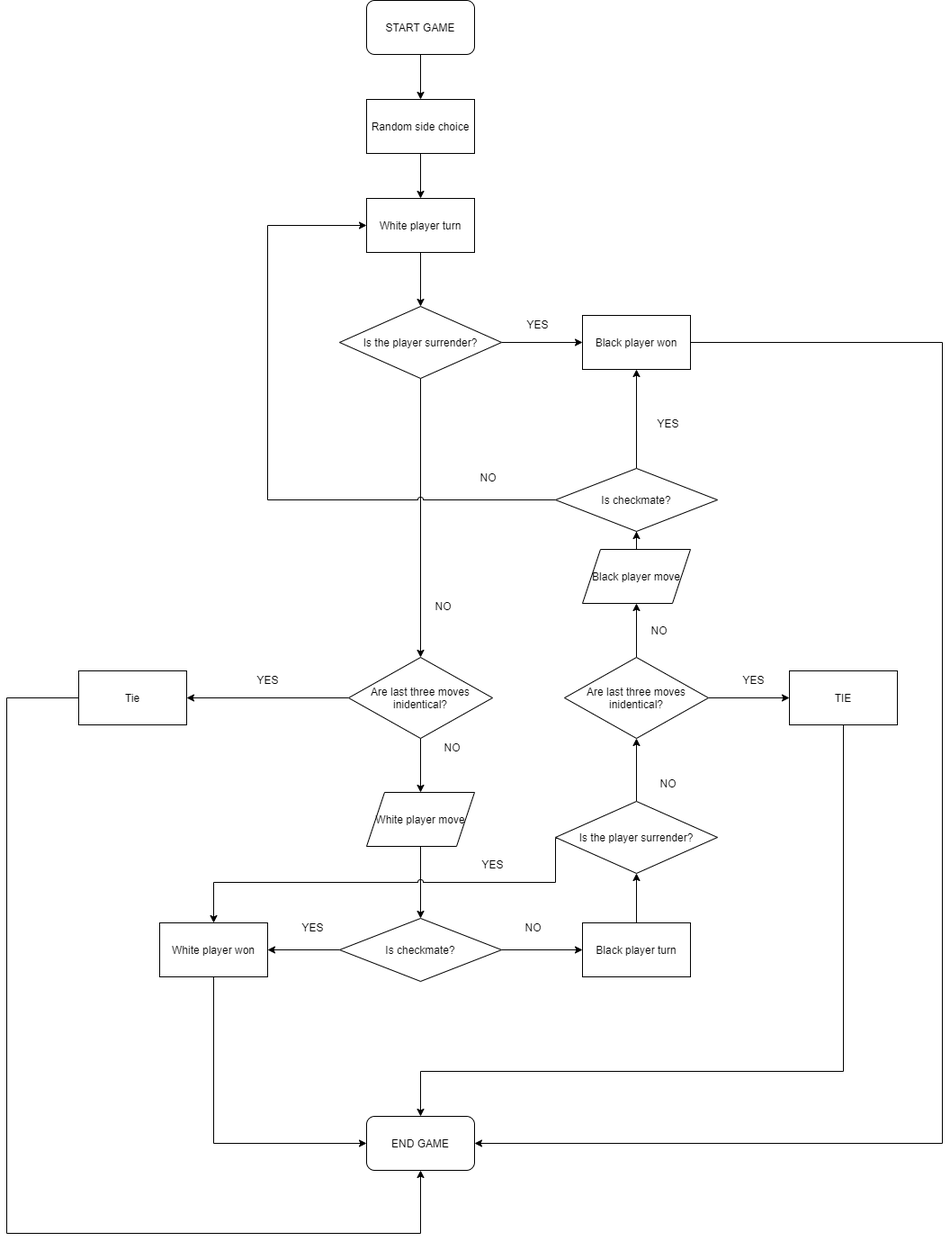
The draw.io diagram chess_flowchart.png in Szymon-Skazinski/CHARTS, before a commit. Source tidied: cells renumbered, new cells last; positions are measured from the earlier drawing's top-left corner, leaving out a move shared by most shapes.
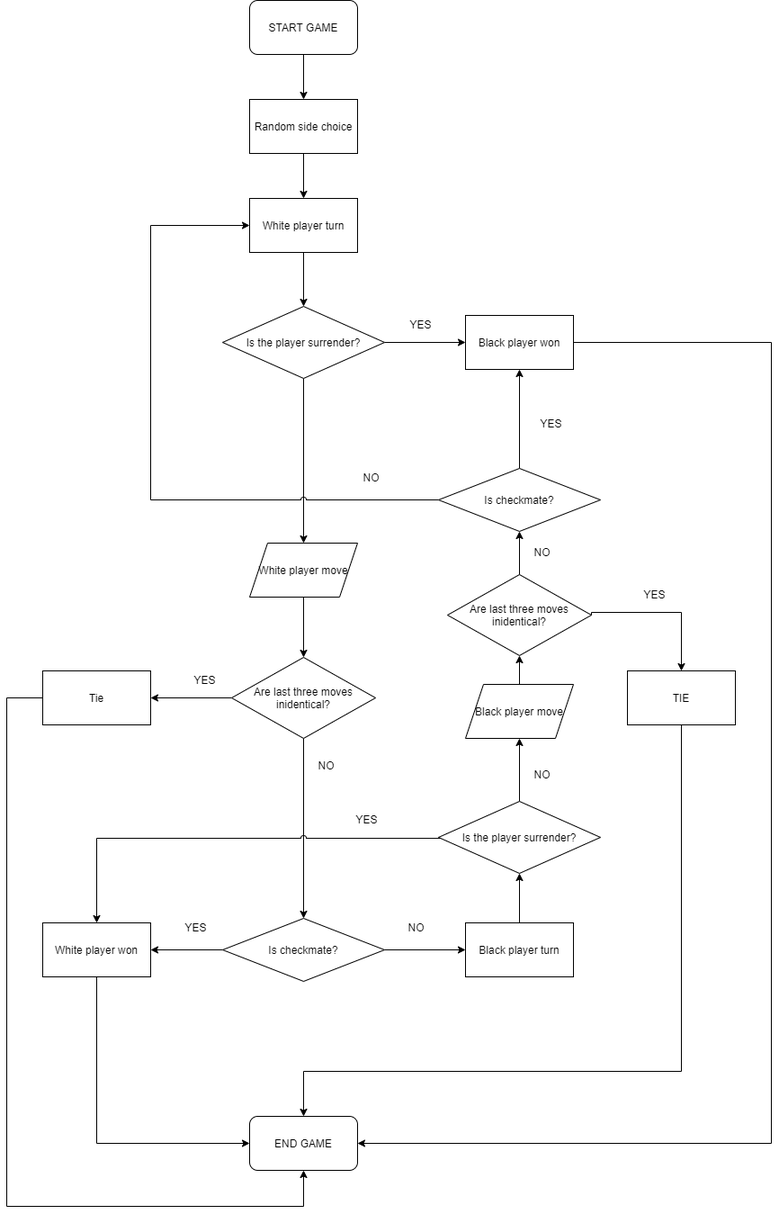
After the commit.

The edit, as a diff of the source:
```diff
@@ -17,18 +17,12 @@
     <mxCell id="6" value="White player turn" style="rounded=0;whiteSpace=wrap;html=1;" parent="1" vertex="1">
       <mxGeometry x="400" y="220" width="120" height="60" as="geometry" />
     </mxCell>
-    <mxCell id="7" style="edgeStyle=orthogonalEdgeStyle;rounded=0;sketch=0;jumpStyle=arc;jettySize=auto;html=1;" parent="1" edge="1" source="8" target="16">
+    <mxCell id="7" style="edgeStyle=orthogonalEdgeStyle;rounded=0;sketch=0;jumpStyle=arc;jettySize=auto;html=1;exitX=0.5;exitY=1;exitDx=0;exitDy=0;" parent="1" edge="1" source="12" target="16">
       <mxGeometry relative="1" as="geometry" />
     </mxCell>
-    <mxCell id="8" value="White player move" style="shape=parallelogram;perimeter=parallelogramPerimeter;whiteSpace=wrap;html=1;fixedSize=1;rounded=0;" parent="1" vertex="1">
-      <mxGeometry x="400" y="880" width="120" height="60" as="geometry" />
-    </mxCell>
     <mxCell id="9" value="END GAME" style="whiteSpace=wrap;html=1;rounded=1;" parent="1" vertex="1">
       <mxGeometry x="400" y="1240" width="120" height="60" as="geometry" />
     </mxCell>
-    <mxCell id="10" style="edgeStyle=orthogonalEdgeStyle;rounded=0;sketch=0;jumpStyle=arc;jettySize=auto;html=1;snapToPoint=0;" parent="1" edge="1" source="12" target="8">
-      <mxGeometry relative="1" as="geometry" />
-    </mxCell>
     <mxCell id="11" style="edgeStyle=orthogonalEdgeStyle;rounded=0;sketch=0;jumpStyle=arc;jettySize=auto;html=1;" parent="1" edge="1" source="12" target="26">
       <mxGeometry relative="1" as="geometry" />
     </mxCell>
@@ -36,7 +30,7 @@
       <mxGeometry x="380" y="730" width="160" height="90" as="geometry" />
     </mxCell>
     <mxCell id="13" value="NO" style="text;html=1;align=center;verticalAlign=middle;" parent="1" vertex="1">
-      <mxGeometry x="480" y="820" width="30" height="20" as="geometry" />
+      <mxGeometry x="470" y="840" width="30" height="20" as="geometry" />
     </mxCell>
     <mxCell id="14" style="edgeStyle=orthogonalEdgeStyle;rounded=0;sketch=0;jumpStyle=arc;jettySize=auto;html=1;exitX=0;exitY=0.5;exitDx=0;exitDy=0;" parent="1" edge="1" source="16" target="29">
       <mxGeometry relative="1" as="geometry" />
@@ -47,26 +41,23 @@
     <mxCell id="16" value="Is checkmate?" style="rhombus;whiteSpace=wrap;html=1;rounded=0;" parent="1" vertex="1">
       <mxGeometry x="370" y="1020" width="180" height="70" as="geometry" />
     </mxCell>
-    <mxCell id="17" value="NO" style="text;html=1;align=center;verticalAlign=middle;" parent="1" vertex="1">
-      <mxGeometry x="470" y="663" width="30" height="20" as="geometry" />
-    </mxCell>
     <mxCell id="18" style="edgeStyle=orthogonalEdgeStyle;rounded=0;sketch=0;jumpStyle=arc;jettySize=auto;html=1;entryX=1;entryY=0.5;entryDx=0;entryDy=0;" parent="1" edge="1" source="19" target="9">
       <mxGeometry relative="1" as="geometry">
         <Array as="points">
-          <mxPoint x="1040" y="380" />
-          <mxPoint x="1040" y="1270" />
+          <mxPoint x="980" y="380" />
+          <mxPoint x="980" y="1270" />
         </Array>
       </mxGeometry>
     </mxCell>
     <mxCell id="19" value="Black player won" style="whiteSpace=wrap;html=1;rounded=0;" parent="1" vertex="1">
       <mxGeometry x="640" y="350" width="120" height="60" as="geometry" />
     </mxCell>
-    <mxCell id="20" style="edgeStyle=orthogonalEdgeStyle;rounded=0;sketch=0;jumpStyle=arc;jettySize=auto;html=1;" parent="1" edge="1" source="22" target="12">
-      <mxGeometry relative="1" as="geometry" />
-    </mxCell>
     <mxCell id="21" style="edgeStyle=orthogonalEdgeStyle;rounded=0;sketch=0;jumpStyle=arc;jettySize=auto;html=1;entryX=0;entryY=0.5;entryDx=0;entryDy=0;" parent="1" edge="1" source="22" target="19">
       <mxGeometry relative="1" as="geometry" />
     </mxCell>
+    <mxCell id="53" style="edgeStyle=orthogonalEdgeStyle;rounded=0;sketch=0;jumpStyle=arc;jettySize=auto;html=1;" parent="1" edge="1" source="22" target="8">
+      <mxGeometry relative="1" as="geometry" />
+    </mxCell>
     <mxCell id="22" value="Is the player surrender?" style="rhombus;whiteSpace=wrap;html=1;rounded=0;" parent="1" vertex="1">
       <mxGeometry x="370" y="340" width="180" height="80" as="geometry" />
     </mxCell>
@@ -80,17 +71,17 @@
       <mxGeometry relative="1" as="geometry">
         <mxPoint x="460" y="1300" as="targetPoint" />
         <Array as="points">
-          <mxPoint y="775" />
-          <mxPoint y="1370" />
-          <mxPoint x="460" y="1370" />
+          <mxPoint x="130" y="775" />
+          <mxPoint x="130" y="1340" />
+          <mxPoint x="460" y="1340" />
         </Array>
       </mxGeometry>
     </mxCell>
     <mxCell id="26" value="Tie" style="whiteSpace=wrap;html=1;rounded=0;" parent="1" vertex="1">
-      <mxGeometry x="80" y="745" width="120" height="60" as="geometry" />
+      <mxGeometry x="170" y="745" width="120" height="60" as="geometry" />
     </mxCell>
     <mxCell id="27" value="YES" style="text;html=1;align=center;verticalAlign=middle;" parent="1" vertex="1">
-      <mxGeometry x="270" y="745" width="40" height="20" as="geometry" />
+      <mxGeometry x="330" y="745" width="40" height="20" as="geometry" />
     </mxCell>
     <mxCell id="28" style="edgeStyle=orthogonalEdgeStyle;rounded=0;sketch=0;jumpStyle=arc;jettySize=auto;html=1;entryX=0;entryY=0.5;entryDx=0;entryDy=0;" parent="1" edge="1" source="29" target="9">
       <mxGeometry relative="1" as="geometry">
@@ -117,55 +108,51 @@
     <mxCell id="34" style="edgeStyle=orthogonalEdgeStyle;rounded=0;sketch=0;jumpStyle=arc;jettySize=auto;html=1;exitX=0.031;exitY=0.513;exitDx=0;exitDy=0;exitPerimeter=0;" parent="1" edge="1" source="36" target="29">
       <mxGeometry relative="1" as="geometry">
         <Array as="points">
-          <mxPoint x="610" y="931" />
-          <mxPoint x="610" y="980" />
-          <mxPoint x="230" y="980" />
+          <mxPoint x="230" y="931" />
         </Array>
       </mxGeometry>
     </mxCell>
-    <mxCell id="35" style="edgeStyle=orthogonalEdgeStyle;rounded=0;sketch=0;jumpStyle=arc;jettySize=auto;html=1;" parent="1" edge="1" source="36" target="40">
-      <mxGeometry relative="1" as="geometry" />
+    <mxCell id="35" style="edgeStyle=orthogonalEdgeStyle;rounded=0;sketch=0;jumpStyle=arc;jettySize=auto;html=1;" parent="1" edge="1" source="36">
+      <mxGeometry relative="1" as="geometry">
+        <mxPoint x="700" y="820" as="targetPoint" />
+      </mxGeometry>
     </mxCell>
     <mxCell id="36" value="Is the player surrender?" style="rhombus;whiteSpace=wrap;html=1;rounded=0;" parent="1" vertex="1">
       <mxGeometry x="610" y="890" width="180" height="80" as="geometry" />
     </mxCell>
     <mxCell id="37" value="NO" style="text;html=1;align=center;verticalAlign=middle;" parent="1" vertex="1">
-      <mxGeometry x="720" y="860" width="30" height="20" as="geometry" />
+      <mxGeometry x="710" y="850" width="30" height="20" as="geometry" />
     </mxCell>
-    <mxCell id="38" style="edgeStyle=orthogonalEdgeStyle;rounded=0;sketch=0;jumpStyle=arc;jettySize=auto;html=1;" parent="1" edge="1" source="40" target="42">
-      <mxGeometry relative="1" as="geometry" />
-    </mxCell>
-    <mxCell id="39" style="edgeStyle=orthogonalEdgeStyle;rounded=0;sketch=0;jumpStyle=arc;jettySize=auto;html=1;" parent="1" edge="1" source="40" target="45">
-      <mxGeometry relative="1" as="geometry" />
+    <mxCell id="39" style="edgeStyle=orthogonalEdgeStyle;rounded=0;sketch=0;jumpStyle=arc;jettySize=auto;html=1;exitX=1;exitY=0.5;exitDx=0;exitDy=0;entryX=0.5;entryY=0;entryDx=0;entryDy=0;" parent="1" edge="1" source="40" target="45">
+      <mxGeometry relative="1" as="geometry">
+        <Array as="points">
+          <mxPoint x="780" y="680" />
+          <mxPoint x="880" y="680" />
+        </Array>
+      </mxGeometry>
     </mxCell>
-    <mxCell id="40" value="Are last three moves inidentical?" style="rhombus;whiteSpace=wrap;html=1;rounded=0;" parent="1" vertex="1">
-      <mxGeometry x="620" y="730" width="160" height="90" as="geometry" />
-    </mxCell>
-    <mxCell id="41" style="edgeStyle=orthogonalEdgeStyle;rounded=0;sketch=0;jumpStyle=arc;jettySize=auto;html=1;" parent="1" edge="1" source="42" target="50">
-      <mxGeometry relative="1" as="geometry" />
-    </mxCell>
+    <mxCell id="54" style="edgeStyle=orthogonalEdgeStyle;rounded=0;sketch=0;jumpStyle=arc;jettySize=auto;html=1;" parent="1" edge="1" source="42" target="40">
+      <mxGeometry relative="1" as="geometry" />
+    </mxCell>
     <mxCell id="42" value="Black player move" style="shape=parallelogram;perimeter=parallelogramPerimeter;whiteSpace=wrap;html=1;fixedSize=1;rounded=0;" parent="1" vertex="1">
-      <mxGeometry x="640" y="610" width="120" height="60" as="geometry" />
+      <mxGeometry x="640" y="760" width="120" height="60" as="geometry" />
     </mxCell>
-    <mxCell id="43" value="NO" style="text;html=1;align=center;verticalAlign=middle;" parent="1" vertex="1">
-      <mxGeometry x="710" y="690" width="30" height="20" as="geometry" />
-    </mxCell>
-    <mxCell id="44" style="edgeStyle=orthogonalEdgeStyle;rounded=0;sketch=0;jumpStyle=arc;jettySize=auto;html=1;" parent="1" edge="1" source="45" target="9">
+    <mxCell id="44" style="edgeStyle=orthogonalEdgeStyle;rounded=0;sketch=0;jumpStyle=arc;jettySize=auto;html=1;exitX=0.5;exitY=1;exitDx=0;exitDy=0;" parent="1" edge="1" source="45" target="9">
       <mxGeometry relative="1" as="geometry">
         <Array as="points">
-          <mxPoint x="930" y="1190" />
+          <mxPoint x="880" y="1190" />
           <mxPoint x="460" y="1190" />
         </Array>
       </mxGeometry>
     </mxCell>
     <mxCell id="45" value="TIE" style="whiteSpace=wrap;html=1;rounded=0;" parent="1" vertex="1">
-      <mxGeometry x="870" y="745" width="120" height="60" as="geometry" />
+      <mxGeometry x="820" y="745" width="120" height="60" as="geometry" />
     </mxCell>
     <mxCell id="46" value="YES" style="text;html=1;align=center;verticalAlign=middle;" parent="1" vertex="1">
-      <mxGeometry x="810" y="745" width="40" height="20" as="geometry" />
+      <mxGeometry x="830" y="650" width="40" height="20" as="geometry" />
     </mxCell>
     <mxCell id="47" value="YES" style="text;html=1;align=center;verticalAlign=middle;" parent="1" vertex="1">
-      <mxGeometry x="520" y="950" width="40" height="20" as="geometry" />
+      <mxGeometry x="510" y="900" width="40" height="20" as="geometry" />
     </mxCell>
     <mxCell id="48" style="edgeStyle=orthogonalEdgeStyle;rounded=0;sketch=0;jumpStyle=arc;jettySize=auto;html=1;" parent="1" edge="1" source="50" target="19">
       <mxGeometry relative="1" as="geometry" />
@@ -187,5 +174,20 @@
     <mxCell id="52" value="NO" style="text;html=1;align=center;verticalAlign=middle;" parent="1" vertex="1">
       <mxGeometry x="520" y="520" width="30" height="20" as="geometry" />
     </mxCell>
+    <mxCell id="55" style="edgeStyle=orthogonalEdgeStyle;rounded=0;sketch=0;jumpStyle=arc;jettySize=auto;html=1;" parent="1" edge="1" source="8" target="12">
+      <mxGeometry relative="1" as="geometry" />
+    </mxCell>
+    <mxCell id="8" value="White player move" style="shape=parallelogram;perimeter=parallelogramPerimeter;whiteSpace=wrap;html=1;fixedSize=1;rounded=0;" parent="1" vertex="1">
+      <mxGeometry x="400" y="603" width="120" height="60" as="geometry" />
+    </mxCell>
+    <mxCell id="56" style="edgeStyle=orthogonalEdgeStyle;rounded=0;sketch=0;jumpStyle=arc;jettySize=auto;html=1;" parent="1" edge="1" source="40" target="50">
+      <mxGeometry relative="1" as="geometry" />
+    </mxCell>
+    <mxCell id="40" value="Are last three moves inidentical?" style="rhombus;whiteSpace=wrap;html=1;rounded=0;" parent="1" vertex="1">
+      <mxGeometry x="620" y="638" width="160" height="90" as="geometry" />
+    </mxCell>
+    <mxCell id="57" value="NO" style="text;html=1;align=center;verticalAlign=middle;" parent="1" vertex="1">
+      <mxGeometry x="710" y="603" width="30" height="20" as="geometry" />
+    </mxCell>
   </root>
 </mxGraphModel>
```
